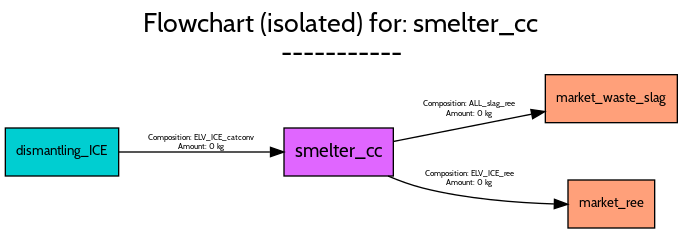
Above: src/examples/ELV/figures/flowcharts/processes/png/smelter_cc.png in FutuRaM-Project/Recovery-Model (Graphviz), before the change. Its source is kept beside it as src/examples/ELV/figures/flowcharts/processes/dot/smelter_cc.dot.
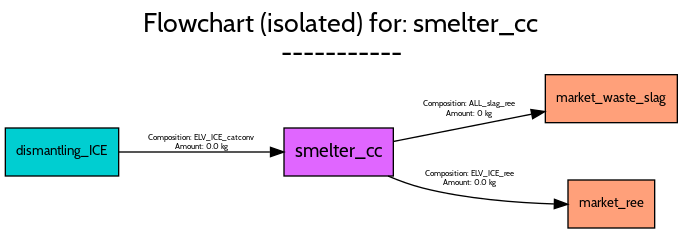
The same diagram one commit later.

Diff of the diagram source:
```diff
@@ -50,7 +50,7 @@
 		fontname=Cabin,
 		fontsize=6,
 		label="Composition: ELV_ICE_ree
-Amount: 0 kg",
+Amount: 0.0 kg",
 		lp="348,37",
 		pos="e,421.77,17.79 287.02,38.974 295.37,35.459 304.35,32.19 313,30 345.41,21.795 383.22,18.929 411.45,18.041"];
 	dismantling_ICE	[fillcolor=darkturquoise,
@@ -65,7 +65,7 @@
 		fontname=Cabin,
 		fontsize=6,
 		label="Composition: ELV_ICE_catconv
-Amount: 0 kg",
+Amount: 0.0 kg",
 		lp="147,64",
 		pos="e,208.87,57 85.086,57 117.82,57 163.58,57 198.43,57"];
 }
```
